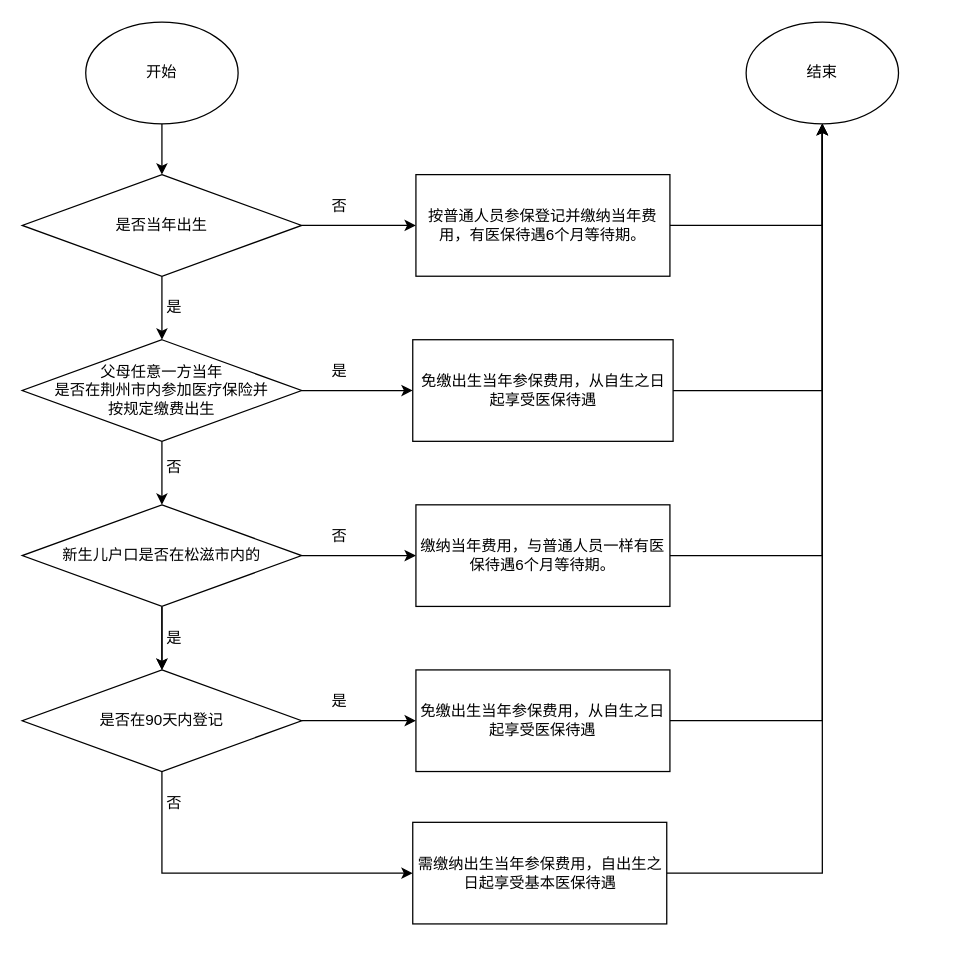
Above: 城乡居民医保涉及新生儿出生当年免缴政策流程图.drawio in zouwei-0218/drawio (draw.io), before the change. Source tidied: cells renumbered, new cells numbered last; positions are measured from the earlier drawing's top-left corner, leaving out a move shared by most shapes. Both pictures are drawn from the tidied source at 127%, with x=0, y=0 at pixel (22, 22).
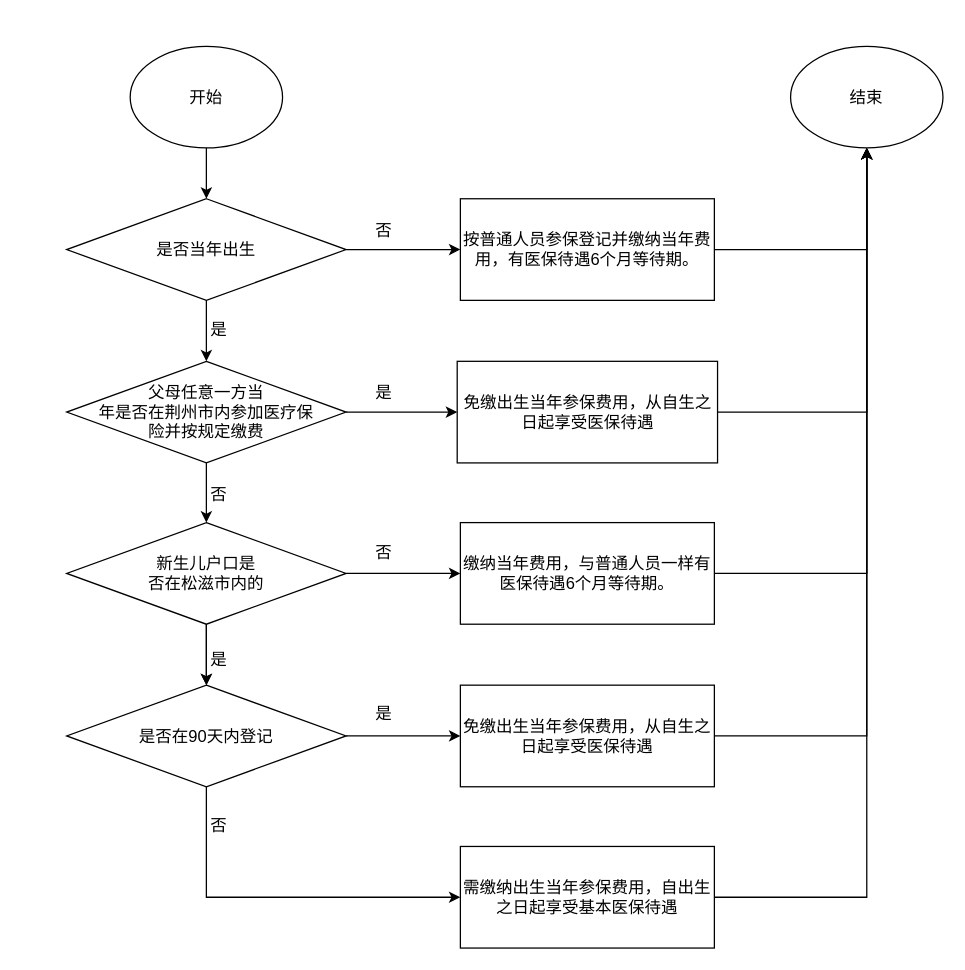
The same page after the edit.

Commit message:
更新城乡居民医保涉及新生儿出生当年免缴政策流程图.drawio

The edit, as a diff of the source:
```diff
@@
-    <mxCell id="2" style="edgeStyle=orthogonalEdgeStyle;rounded=0;jettySize=auto;html=1;exitX=0.5;exitY=1;exitDx=0;exitDy=0;entryX=0.5;entryY=0;entryDx=0;entryDy=0;" parent="1" edge="1" source="3" target="6">
+    <mxCell id="2" style="edgeStyle=orthogonalEdgeStyle;rounded=0;jettySize=auto;html=1;exitX=0.5;exitY=1;exitDx=0;exitDy=0;entryX=0.5;entryY=0;entryDx=0;entryDy=0;fontSize=13;" parent="1" edge="1" source="3" target="6">
       <mxGeometry relative="1" as="geometry" />
     </mxCell>
-    <mxCell id="3" value="开始" style="ellipse;whiteSpace=wrap;html=1;" parent="1" vertex="1">
-      <mxGeometry x="50" width="120" height="80" as="geometry" />
+    <mxCell id="3" value="开始" style="ellipse;whiteSpace=wrap;html=1;fontSize=13;" parent="1" vertex="1">
+      <mxGeometry x="85" y="19" width="120" height="80" as="geometry" />
     </mxCell>
-    <mxCell id="4" style="edgeStyle=orthogonalEdgeStyle;rounded=0;jettySize=auto;html=1;exitX=0.5;exitY=1;exitDx=0;exitDy=0;entryX=0.5;entryY=0;entryDx=0;entryDy=0;" parent="1" edge="1" source="6" target="9">
+    <mxCell id="4" style="edgeStyle=orthogonalEdgeStyle;rounded=0;jettySize=auto;html=1;exitX=0.5;exitY=1;exitDx=0;exitDy=0;entryX=0.5;entryY=0;entryDx=0;entryDy=0;fontSize=13;" parent="1" edge="1" source="6" target="9">
       <mxGeometry relative="1" as="geometry" />
     </mxCell>
-    <mxCell id="5" style="edgeStyle=orthogonalEdgeStyle;rounded=0;jettySize=auto;html=1;exitX=1;exitY=0.5;exitDx=0;exitDy=0;entryX=0;entryY=0.5;entryDx=0;entryDy=0;" parent="1" edge="1" source="6" target="21">
+    <mxCell id="5" style="edgeStyle=orthogonalEdgeStyle;rounded=0;jettySize=auto;html=1;exitX=1;exitY=0.5;exitDx=0;exitDy=0;entryX=0;entryY=0.5;entryDx=0;entryDy=0;fontSize=13;" parent="1" edge="1" source="6" target="21">
       <mxGeometry relative="1" as="geometry" />
     </mxCell>
-    <mxCell id="6" value="是否当年出生" style="rhombus;whiteSpace=wrap;html=1;" parent="1" vertex="1">
-      <mxGeometry y="120" width="220" height="80" as="geometry" />
+    <mxCell id="6" value="是否当年出生" style="rhombus;whiteSpace=wrap;html=1;fontSize=13;" parent="1" vertex="1">
+      <mxGeometry x="35" y="139" width="220" height="80" as="geometry" />
     </mxCell>
-    <mxCell id="7" style="edgeStyle=orthogonalEdgeStyle;rounded=0;jettySize=auto;html=1;entryX=0.5;entryY=0;entryDx=0;entryDy=0;" parent="1" edge="1" source="9" target="32">
+    <mxCell id="7" style="edgeStyle=orthogonalEdgeStyle;rounded=0;jettySize=auto;html=1;entryX=0.5;entryY=0;entryDx=0;entryDy=0;fontSize=13;" parent="1" edge="1" source="9" target="32">
       <mxGeometry relative="1" as="geometry" />
     </mxCell>
-    <mxCell id="8" style="edgeStyle=orthogonalEdgeStyle;rounded=0;jettySize=auto;html=1;exitX=1;exitY=0.5;exitDx=0;exitDy=0;entryX=0;entryY=0.5;entryDx=0;entryDy=0;" parent="1" edge="1" source="9" target="19">
+    <mxCell id="8" style="edgeStyle=orthogonalEdgeStyle;rounded=0;jettySize=auto;html=1;exitX=1;exitY=0.5;exitDx=0;exitDy=0;entryX=0;entryY=0.5;entryDx=0;entryDy=0;fontSize=13;" parent="1" edge="1" source="9" target="19">
       <mxGeometry relative="1" as="geometry" />
     </mxCell>
-    <mxCell id="9" value="&lt;div&gt;父母任意一方当年&lt;/div&gt;&lt;div&gt;是否在荆州市内参加医疗保险并&lt;/div&gt;&lt;div&gt;按规定缴费出生&lt;/div&gt;" style="rhombus;whiteSpace=wrap;html=1;" parent="1" vertex="1">
-      <mxGeometry y="250" width="220" height="80" as="geometry" />
+    <mxCell id="9" value="&lt;div style=&quot;font-size: 13px;&quot;&gt;父母任意一方当&lt;/div&gt;&lt;div style=&quot;font-size: 13px;&quot;&gt;年&lt;span style=&quot;background-color: initial;&quot;&gt;是否在荆州市内参加医疗保&lt;/span&gt;&lt;/div&gt;&lt;div style=&quot;font-size: 13px;&quot;&gt;&lt;span style=&quot;background-color: initial;&quot;&gt;险&lt;/span&gt;&lt;span style=&quot;background-color: initial;&quot;&gt;并&lt;/span&gt;&lt;span style=&quot;background-color: initial;&quot;&gt;按规定缴费&lt;/span&gt;&lt;/div&gt;" style="rhombus;whiteSpace=wrap;html=1;fontSize=13;" parent="1" vertex="1">
+      <mxGeometry x="35" y="267" width="220" height="80" as="geometry" />
     </mxCell>
-    <mxCell id="10" style="edgeStyle=orthogonalEdgeStyle;rounded=0;jettySize=auto;html=1;exitX=0.5;exitY=1;exitDx=0;exitDy=0;entryX=0.5;entryY=0;entryDx=0;entryDy=0;" parent="1" edge="1" source="32" target="14">
+    <mxCell id="10" style="edgeStyle=orthogonalEdgeStyle;rounded=0;jettySize=auto;html=1;exitX=0.5;exitY=1;exitDx=0;exitDy=0;entryX=0.5;entryY=0;entryDx=0;entryDy=0;fontSize=13;" parent="1" edge="1" source="32" target="14">
       <mxGeometry relative="1" as="geometry" />
     </mxCell>
-    <mxCell id="11" style="edgeStyle=orthogonalEdgeStyle;rounded=0;jettySize=auto;html=1;exitX=1;exitY=0.5;exitDx=0;exitDy=0;entryX=0;entryY=0.5;entryDx=0;entryDy=0;" parent="1" edge="1" source="32" target="23">
+    <mxCell id="11" style="edgeStyle=orthogonalEdgeStyle;rounded=0;jettySize=auto;html=1;exitX=1;exitY=0.5;exitDx=0;exitDy=0;entryX=0;entryY=0.5;entryDx=0;entryDy=0;fontSize=13;" parent="1" edge="1" source="32" target="23">
       <mxGeometry relative="1" as="geometry" />
     </mxCell>
-    <mxCell id="12" style="edgeStyle=orthogonalEdgeStyle;rounded=0;jettySize=auto;html=1;exitX=0.5;exitY=1;exitDx=0;exitDy=0;entryX=0;entryY=0.5;entryDx=0;entryDy=0;" parent="1" edge="1" source="14" target="16">
+    <mxCell id="12" style="edgeStyle=orthogonalEdgeStyle;rounded=0;jettySize=auto;html=1;exitX=0.5;exitY=1;exitDx=0;exitDy=0;entryX=0;entryY=0.5;entryDx=0;entryDy=0;fontSize=13;" parent="1" edge="1" source="14" target="16">
       <mxGeometry relative="1" as="geometry" />
     </mxCell>
-    <mxCell id="13" style="edgeStyle=orthogonalEdgeStyle;rounded=0;jettySize=auto;html=1;exitX=1;exitY=0.5;exitDx=0;exitDy=0;entryX=0;entryY=0.5;entryDx=0;entryDy=0;" parent="1" edge="1" source="14" target="35">
+    <mxCell id="13" style="edgeStyle=orthogonalEdgeStyle;rounded=0;jettySize=auto;html=1;exitX=1;exitY=0.5;exitDx=0;exitDy=0;entryX=0;entryY=0.5;entryDx=0;entryDy=0;fontSize=13;" parent="1" edge="1" source="14" target="35">
       <mxGeometry relative="1" as="geometry" />
     </mxCell>
-    <mxCell id="14" value="是否在90天内登记" style="rhombus;whiteSpace=wrap;html=1;" parent="1" vertex="1">
-      <mxGeometry y="510" width="220" height="80" as="geometry" />
+    <mxCell id="14" value="是否在90天内登记" style="rhombus;whiteSpace=wrap;html=1;fontSize=13;" parent="1" vertex="1">
+      <mxGeometry x="35" y="522" width="220" height="80" as="geometry" />
     </mxCell>
-    <mxCell id="15" style="edgeStyle=orthogonalEdgeStyle;rounded=0;jettySize=auto;html=1;exitX=1;exitY=0.5;exitDx=0;exitDy=0;entryX=0.5;entryY=1;entryDx=0;entryDy=0;" parent="1" edge="1" source="16" target="24">
+    <mxCell id="15" style="edgeStyle=orthogonalEdgeStyle;rounded=0;jettySize=auto;html=1;exitX=1;exitY=0.5;exitDx=0;exitDy=0;entryX=0.5;entryY=1;entryDx=0;entryDy=0;fontSize=13;" parent="1" edge="1" source="16" target="24">
       <mxGeometry relative="1" as="geometry" />
     </mxCell>
-    <mxCell id="16" value="需缴纳出生当年参保费用，自出生之日起享受基本医保待遇" style="rounded=0;whiteSpace=wrap;html=1;" parent="1" vertex="1">
-      <mxGeometry x="307.5" y="630" width="200" height="80" as="geometry" />
+    <mxCell id="16" value="需缴纳出生当年参保费用，自出生之日起享受基本医保待遇" style="rounded=0;whiteSpace=wrap;html=1;fontSize=13;" parent="1" vertex="1">
+      <mxGeometry x="345" y="649" width="200" height="80" as="geometry" />
     </mxCell>
-    <mxCell id="17" style="edgeStyle=orthogonalEdgeStyle;rounded=0;jettySize=auto;html=1;exitX=0.5;exitY=1;exitDx=0;exitDy=0;entryX=0.5;entryY=0;entryDx=0;entryDy=0;" parent="1" edge="1" source="32" target="14">
+    <mxCell id="17" style="edgeStyle=orthogonalEdgeStyle;rounded=0;jettySize=auto;html=1;exitX=0.5;exitY=1;exitDx=0;exitDy=0;entryX=0.5;entryY=0;entryDx=0;entryDy=0;fontSize=13;" parent="1" edge="1" source="32" target="14">
       <mxGeometry relative="1" as="geometry" />
     </mxCell>
-    <mxCell id="18" style="edgeStyle=orthogonalEdgeStyle;rounded=0;jettySize=auto;html=1;exitX=1;exitY=0.5;exitDx=0;exitDy=0;entryX=0.5;entryY=1;entryDx=0;entryDy=0;" parent="1" edge="1" source="19" target="24">
+    <mxCell id="18" style="edgeStyle=orthogonalEdgeStyle;rounded=0;jettySize=auto;html=1;exitX=1;exitY=0.5;exitDx=0;exitDy=0;entryX=0.5;entryY=1;entryDx=0;entryDy=0;fontSize=13;" parent="1" edge="1" source="19" target="24">
       <mxGeometry relative="1" as="geometry" />
     </mxCell>
-    <mxCell id="19" value="免缴出生当年参保费用，从自生之日起享受医保待遇" style="rounded=0;whiteSpace=wrap;html=1;" parent="1" vertex="1">
-      <mxGeometry x="307.5" y="250" width="205" height="80" as="geometry" />
+    <mxCell id="19" value="免缴出生当年参保费用，从自生之日起享受医保待遇" style="rounded=0;whiteSpace=wrap;html=1;fontSize=13;" parent="1" vertex="1">
+      <mxGeometry x="342.5" y="267" width="205" height="80" as="geometry" />
     </mxCell>
-    <mxCell id="20" style="edgeStyle=orthogonalEdgeStyle;rounded=0;jettySize=auto;html=1;exitX=1;exitY=0.5;exitDx=0;exitDy=0;entryX=0.5;entryY=1;entryDx=0;entryDy=0;" parent="1" edge="1" source="21" target="24">
+    <mxCell id="20" style="edgeStyle=orthogonalEdgeStyle;rounded=0;jettySize=auto;html=1;exitX=1;exitY=0.5;exitDx=0;exitDy=0;entryX=0.5;entryY=1;entryDx=0;entryDy=0;fontSize=13;" parent="1" edge="1" source="21" target="24">
       <mxGeometry relative="1" as="geometry" />
     </mxCell>
-    <mxCell id="21" value="按普通人员参保登记并缴纳当年费用，有医保待遇6个月等待期。" style="rounded=0;whiteSpace=wrap;html=1;" parent="1" vertex="1">
-      <mxGeometry x="310" y="120" width="200" height="80" as="geometry" />
+    <mxCell id="21" value="按普通人员参保登记并缴纳当年费用，有医保待遇6个月等待期。" style="rounded=0;whiteSpace=wrap;html=1;fontSize=13;" parent="1" vertex="1">
+      <mxGeometry x="345" y="139" width="200" height="80" as="geometry" />
     </mxCell>
-    <mxCell id="22" style="edgeStyle=orthogonalEdgeStyle;rounded=0;jettySize=auto;html=1;exitX=1;exitY=0.5;exitDx=0;exitDy=0;entryX=0.5;entryY=1;entryDx=0;entryDy=0;" parent="1" edge="1" source="23" target="24">
+    <mxCell id="22" style="edgeStyle=orthogonalEdgeStyle;rounded=0;jettySize=auto;html=1;exitX=1;exitY=0.5;exitDx=0;exitDy=0;entryX=0.5;entryY=1;entryDx=0;entryDy=0;fontSize=13;" parent="1" edge="1" source="23" target="24">
       <mxGeometry relative="1" as="geometry" />
     </mxCell>
-    <mxCell id="23" value="缴纳当年费用，与普通人员一样有医保待遇6个月等待期。" style="rounded=0;whiteSpace=wrap;html=1;" parent="1" vertex="1">
-      <mxGeometry x="310" y="380" width="200" height="80" as="geometry" />
+    <mxCell id="23" value="缴纳当年费用，与普通人员一样有医保待遇6个月等待期。" style="rounded=0;whiteSpace=wrap;html=1;fontSize=13;" parent="1" vertex="1">
+      <mxGeometry x="345" y="394" width="200" height="80" as="geometry" />
     </mxCell>
-    <mxCell id="24" value="结束" style="ellipse;whiteSpace=wrap;html=1;" parent="1" vertex="1">
-      <mxGeometry x="570" width="120" height="80" as="geometry" />
+    <mxCell id="24" value="结束" style="ellipse;whiteSpace=wrap;html=1;fontSize=13;" parent="1" vertex="1">
+      <mxGeometry x="605" y="19" width="120" height="80" as="geometry" />
     </mxCell>
-    <mxCell id="25" value="否" style="text;html=1;strokeColor=none;fillColor=none;align=center;verticalAlign=middle;whiteSpace=wrap;rounded=0;" parent="1" vertex="1">
-      <mxGeometry x="220" y="390" width="60" height="30" as="geometry" />
+    <mxCell id="25" value="否" style="text;html=1;strokeColor=none;fillColor=none;align=center;verticalAlign=middle;whiteSpace=wrap;rounded=0;fontSize=13;" parent="1" vertex="1">
+      <mxGeometry x="255" y="402" width="60" height="30" as="geometry" />
     </mxCell>
-    <mxCell id="26" value="否" style="text;html=1;strokeColor=none;fillColor=none;align=center;verticalAlign=middle;whiteSpace=wrap;rounded=0;" parent="1" vertex="1">
-      <mxGeometry x="220" y="130" width="60" height="30" as="geometry" />
+    <mxCell id="26" value="否" style="text;html=1;strokeColor=none;fillColor=none;align=center;verticalAlign=middle;whiteSpace=wrap;rounded=0;fontSize=13;" parent="1" vertex="1">
+      <mxGeometry x="255" y="149" width="60" height="30" as="geometry" />
     </mxCell>
-    <mxCell id="27" value="否" style="text;html=1;strokeColor=none;fillColor=none;align=center;verticalAlign=middle;whiteSpace=wrap;rounded=0;" parent="1" vertex="1">
-      <mxGeometry x="90" y="336" width="60" height="30" as="geometry" />
+    <mxCell id="27" value="否" style="text;html=1;strokeColor=none;fillColor=none;align=center;verticalAlign=middle;whiteSpace=wrap;rounded=0;fontSize=13;" parent="1" vertex="1">
+      <mxGeometry x="125" y="357" width="60" height="30" as="geometry" />
     </mxCell>
-    <mxCell id="28" value="否" style="text;html=1;strokeColor=none;fillColor=none;align=center;verticalAlign=middle;whiteSpace=wrap;rounded=0;" parent="1" vertex="1">
-      <mxGeometry x="90" y="600" width="60" height="30" as="geometry" />
+    <mxCell id="28" value="否" style="text;html=1;strokeColor=none;fillColor=none;align=center;verticalAlign=middle;whiteSpace=wrap;rounded=0;fontSize=13;" parent="1" vertex="1">
+      <mxGeometry x="125" y="617" width="60" height="30" as="geometry" />
     </mxCell>
-    <mxCell id="29" value="是" style="text;html=1;strokeColor=none;fillColor=none;align=center;verticalAlign=middle;whiteSpace=wrap;rounded=0;" parent="1" vertex="1">
-      <mxGeometry x="90" y="470" width="60" height="30" as="geometry" />
+    <mxCell id="29" value="是" style="text;html=1;strokeColor=none;fillColor=none;align=center;verticalAlign=middle;whiteSpace=wrap;rounded=0;fontSize=13;" parent="1" vertex="1">
+      <mxGeometry x="125" y="487" width="60" height="30" as="geometry" />
     </mxCell>
-    <mxCell id="30" value="是" style="text;html=1;strokeColor=none;fillColor=none;align=center;verticalAlign=middle;whiteSpace=wrap;rounded=0;" parent="1" vertex="1">
-      <mxGeometry x="220" y="520" width="60" height="30" as="geometry" />
+    <mxCell id="30" value="是" style="text;html=1;strokeColor=none;fillColor=none;align=center;verticalAlign=middle;whiteSpace=wrap;rounded=0;fontSize=13;" parent="1" vertex="1">
+      <mxGeometry x="255" y="529" width="60" height="30" as="geometry" />
     </mxCell>
-    <mxCell id="31" value="是" style="text;html=1;strokeColor=none;fillColor=none;align=center;verticalAlign=middle;whiteSpace=wrap;rounded=0;" parent="1" vertex="1">
-      <mxGeometry x="90" y="210" width="60" height="30" as="geometry" />
+    <mxCell id="31" value="是" style="text;html=1;strokeColor=none;fillColor=none;align=center;verticalAlign=middle;whiteSpace=wrap;rounded=0;fontSize=13;" parent="1" vertex="1">
+      <mxGeometry x="125" y="227" width="60" height="30" as="geometry" />
     </mxCell>
-    <mxCell id="32" value="新生儿户口是否在松滋市内的" style="rhombus;whiteSpace=wrap;html=1;" parent="1" vertex="1">
-      <mxGeometry y="380" width="220" height="80" as="geometry" />
+    <mxCell id="32" value="新生儿户口是&lt;br&gt;否在松滋市内的" style="rhombus;whiteSpace=wrap;html=1;fontSize=13;" parent="1" vertex="1">
+      <mxGeometry x="35" y="394" width="220" height="80" as="geometry" />
     </mxCell>
-    <mxCell id="33" value="是" style="text;html=1;strokeColor=none;fillColor=none;align=center;verticalAlign=middle;whiteSpace=wrap;rounded=0;" parent="1" vertex="1">
-      <mxGeometry x="220" y="260" width="60" height="30" as="geometry" />
+    <mxCell id="33" value="是" style="text;html=1;strokeColor=none;fillColor=none;align=center;verticalAlign=middle;whiteSpace=wrap;rounded=0;fontSize=13;" parent="1" vertex="1">
+      <mxGeometry x="255" y="276" width="60" height="30" as="geometry" />
     </mxCell>
-    <mxCell id="34" style="edgeStyle=orthogonalEdgeStyle;rounded=0;jettySize=auto;html=1;exitX=1;exitY=0.5;exitDx=0;exitDy=0;" parent="1" edge="1" source="35" target="24">
+    <mxCell id="34" style="edgeStyle=orthogonalEdgeStyle;rounded=0;jettySize=auto;html=1;exitX=1;exitY=0.5;exitDx=0;exitDy=0;fontSize=13;" parent="1" edge="1" source="35" target="24">
       <mxGeometry relative="1" as="geometry" />
     </mxCell>
-    <mxCell id="35" value="免缴出生当年参保费用，从自生之日起享受医保待遇" style="rounded=0;whiteSpace=wrap;html=1;" parent="1" vertex="1">
-      <mxGeometry x="310" y="510" width="200" height="80" as="geometry" />
+    <mxCell id="35" value="免缴出生当年参保费用，从自生之日起享受医保待遇" style="rounded=0;whiteSpace=wrap;html=1;fontSize=13;" parent="1" vertex="1">
+      <mxGeometry x="345" y="522" width="200" height="80" as="geometry" />
     </mxCell>
```
